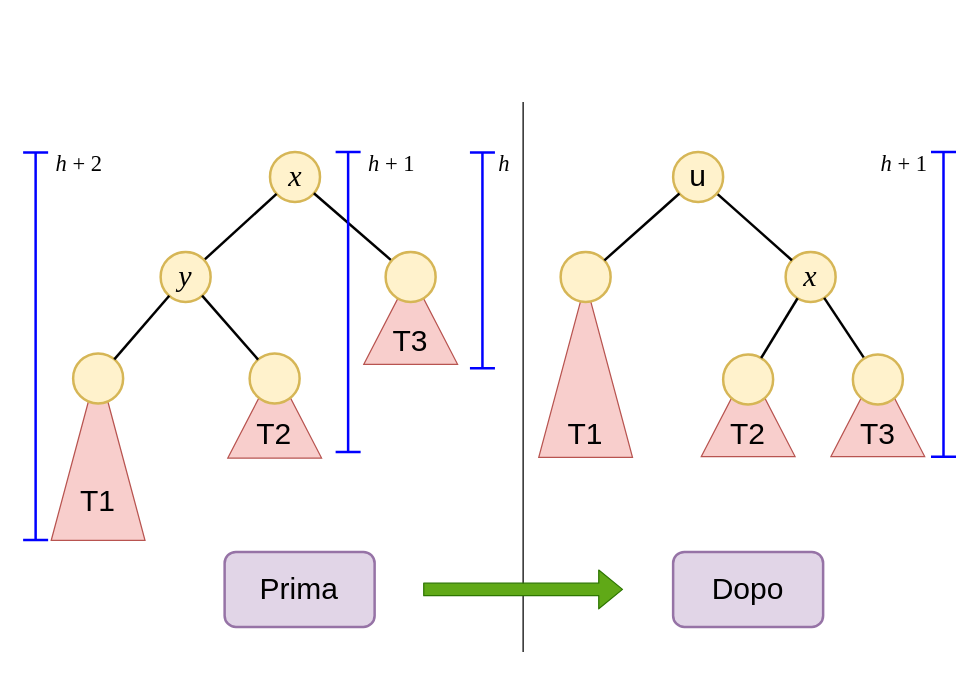
Earlier version of the draw.io diagram figs/06/rotazione.drawio (montreso/asd-lectures). Source tidied: cells renumbered, new cells numbered last; positions are measured from the earlier drawing's top-left corner, leaving out a move shared by most shapes. Both pictures are drawn from the tidied source at 125%, with x=0, y=0 at pixel (-159, 101).
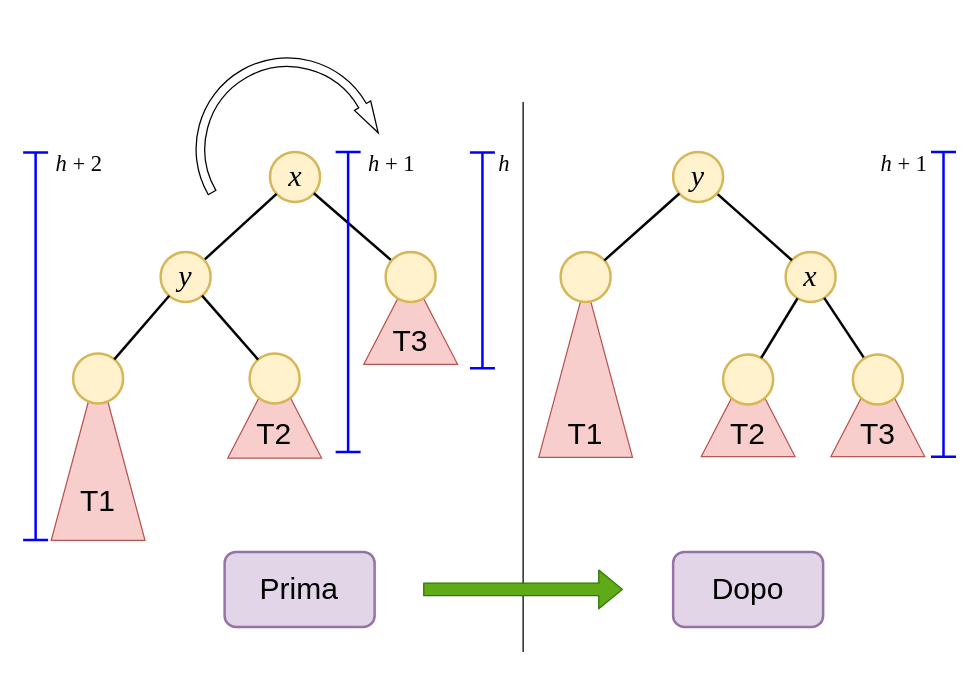
The same page after the edit.

Diff of the diagram source:
```diff
@@
-    <mxCell id="10" value="&lt;span style=&quot;font-size: 24px&quot;&gt;u&lt;/span&gt;" style="ellipse;whiteSpace=wrap;html=1;fillColor=#fff2cc;strokeColor=#d6b656;strokeWidth=2;" parent="1" vertex="1">
+    <mxCell id="10" value="&lt;i style=&quot;font-family: &amp;#34;times new roman&amp;#34; ; font-size: x-small&quot;&gt;&lt;sup style=&quot;font-size: 24px&quot;&gt;y&lt;/sup&gt;&lt;/i&gt;" style="ellipse;whiteSpace=wrap;html=1;fillColor=#fff2cc;strokeColor=#d6b656;strokeWidth=2;" parent="1" vertex="1">
       <mxGeometry x="665" y="40" width="40" height="40" as="geometry" />
     </mxCell>
@@
+    <mxCell id="44" style="html=1;shadow=0;dashed=0;align=center;verticalAlign=middle;shape=mxgraph.arrows2.uTurnArrow;dy=3.5;arrowHead=15;dx2=25;rotation=60;" parent="1" vertex="1">
+      <mxGeometry x="304.1" y="-71.1" width="70" height="150" as="geometry" />
+    </mxCell>
```
